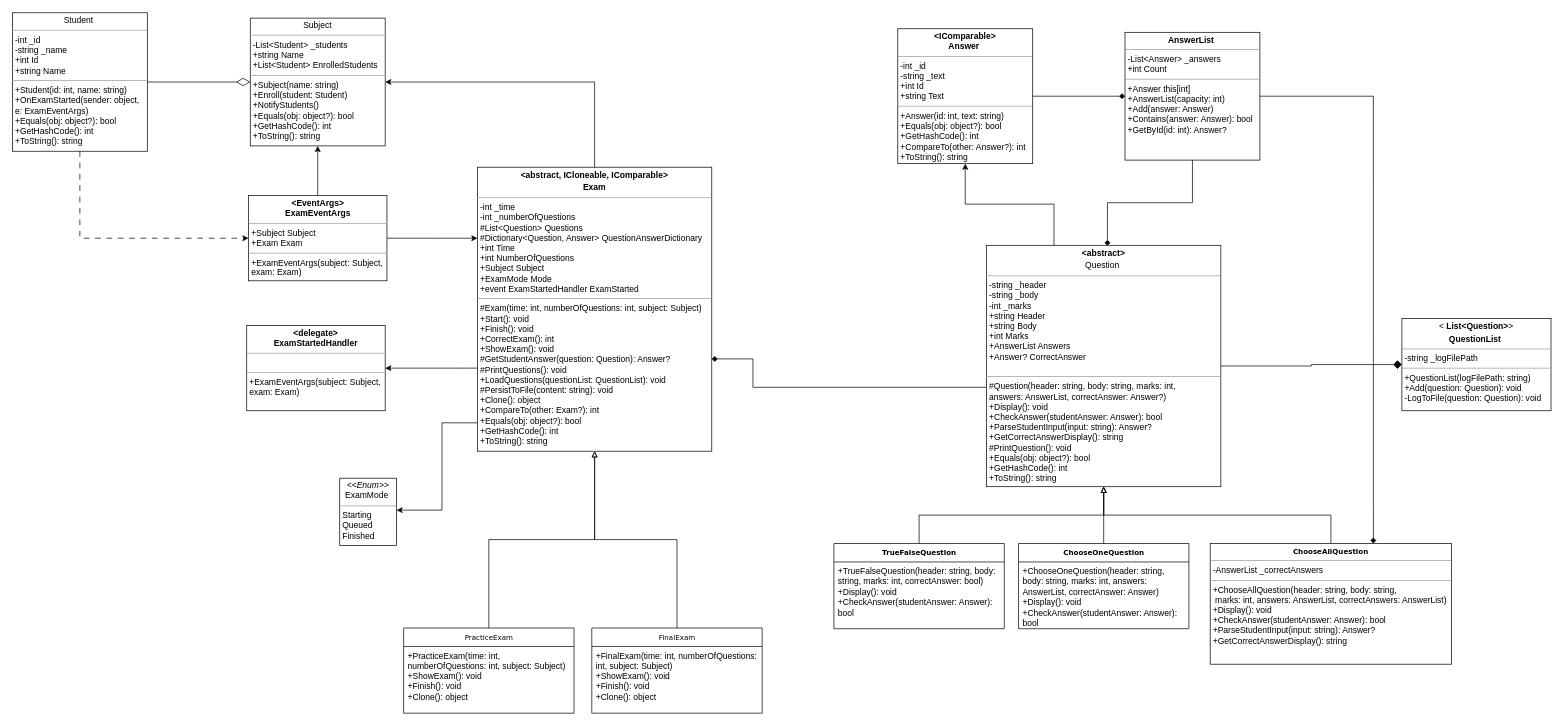
Before: UML/C# Project.drawio in YoussefHanna64-bit/Examination-Management-System, a draw.io diagram. Source tidied: cells renumbered, new cells numbered last; positions are measured from the earlier drawing's top-left corner, leaving out a move shared by most shapes. Both pictures are drawn from the tidied source at 71%, with x=0, y=0 at pixel (12, 12).
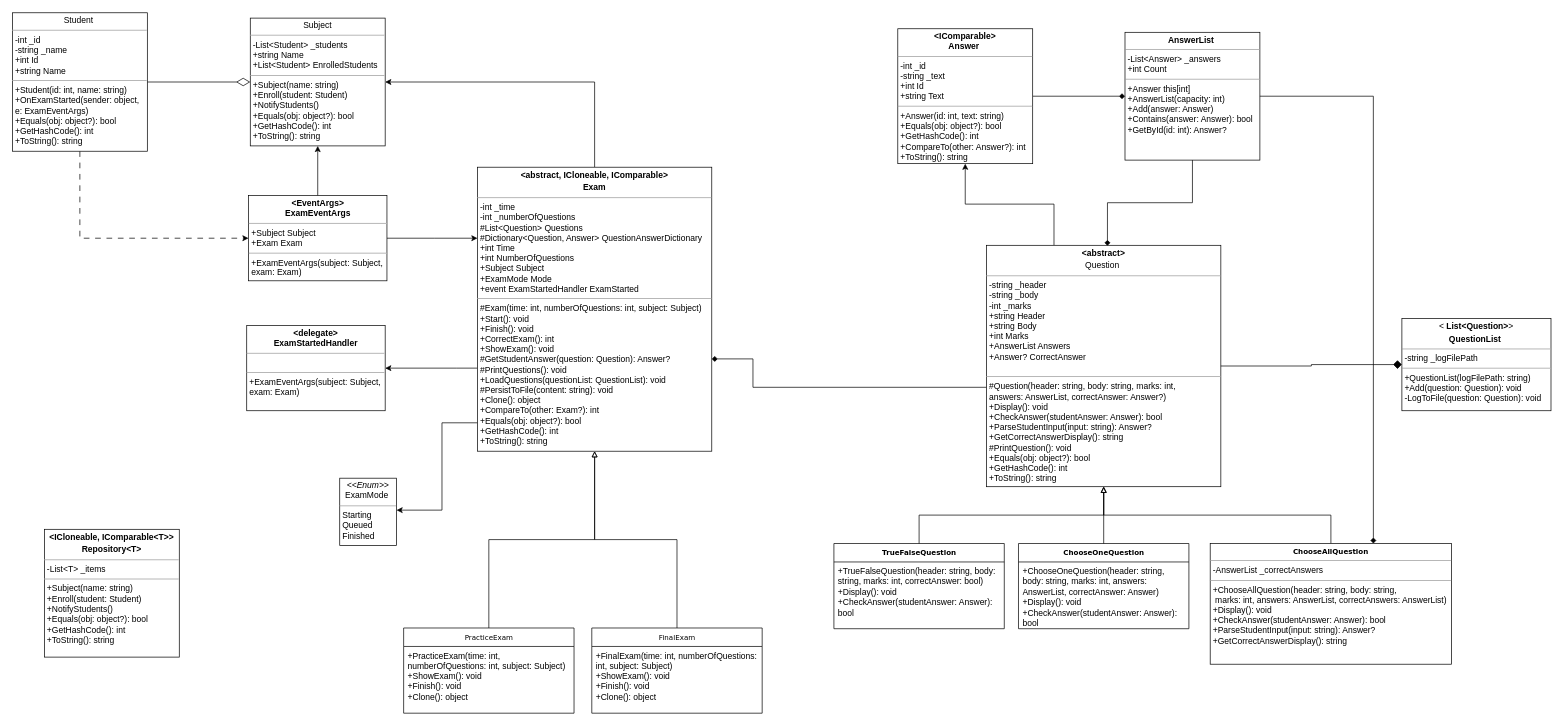
After the change.

Commit message (it also covers changes not shown here):
Feat: add generic Repository<T> class

Diff of the diagram source:
```diff
@@
+    <mxCell id="39" value="&lt;p style=&quot;margin:0px;margin-top:4px;text-align:center;&quot;&gt;&lt;b&gt;&lt;span style=&quot;background-color: transparent; color: light-dark(rgb(0, 0, 0), rgb(255, 255, 255)); text-align: left;&quot;&gt;&amp;lt;&lt;/span&gt;&lt;span style=&quot;background-color: transparent; color: light-dark(rgb(0, 0, 0), rgb(255, 255, 255)); text-align: left;&quot;&gt;ICloneable, IComparable&amp;lt;T&amp;gt;&lt;/span&gt;&lt;span style=&quot;background-color: transparent; color: light-dark(rgb(0, 0, 0), rgb(255, 255, 255)); text-align: left;&quot;&gt;&amp;gt;&lt;/span&gt;&lt;/b&gt;&lt;/p&gt;&lt;p style=&quot;margin:0px;margin-top:4px;text-align:center;&quot;&gt;&lt;span style=&quot;background-color: transparent; color: light-dark(rgb(0, 0, 0), rgb(255, 255, 255)); text-align: left;&quot;&gt;&lt;b&gt;Repository&amp;lt;T&amp;gt;&lt;/b&gt;&lt;/span&gt;&lt;/p&gt;&lt;hr size=&quot;1&quot;&gt;&lt;p style=&quot;margin:0px;margin-left:4px;&quot;&gt;-List&amp;lt;T&amp;gt; _items&lt;/p&gt;&lt;hr size=&quot;1&quot;&gt;&lt;p style=&quot;margin:0px;margin-left:4px;&quot;&gt;+Subject(name: string)&lt;br&gt;+Enroll(student: Student)&lt;br&gt;+NotifyStudents()&lt;br&gt;            +Equals(obj: object?): bool&lt;/p&gt;&lt;p style=&quot;margin:0px;margin-left:4px;&quot;&gt;+&lt;span class=&quot;hljs-title&quot;&gt;GetHashCode&lt;/span&gt;(&lt;span class=&quot;hljs-params&quot;&gt;&lt;/span&gt;): int&lt;br&gt;            +ToString(): string&lt;/p&gt;" style="verticalAlign=top;align=left;overflow=fill;fontSize=12;fontFamily=Helvetica;html=1;rounded=0;shadow=0;comic=0;labelBackgroundColor=none;strokeWidth=1;" parent="1" vertex="1">
+      <mxGeometry x="45" y="728" width="190" height="180" as="geometry" />
+    </mxCell>
```
